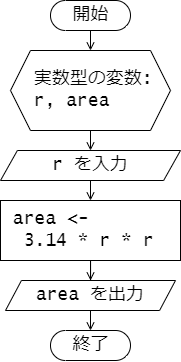
Before: src/assets/flowchart_chap04_circle.png, a diagram exported from draw.io (rikitoro/GE2_programming_workbook). Source tidied: cells renumbered, new cells last; positions are measured from the earlier drawing's top-left corner, leaving out a move shared by most shapes. Source of this version:
```xml
<mxGraphModel>
  <root>
    <mxCell id="0" />
    <mxCell id="1" parent="0" />
    <mxCell id="2" style="edgeStyle=orthogonalEdgeStyle;rounded=0;jettySize=auto;html=1;exitX=0.5;exitY=1;exitDx=0;exitDy=0;entryX=0.5;entryY=0;entryDx=0;entryDy=0;endArrow=open;endFill=0;" parent="1" edge="1" source="3" target="12">
      <mxGeometry relative="1" as="geometry" />
    </mxCell>
    <mxCell id="3" value="&amp;nbsp; 実数型の変数:&lt;br style=&quot;font-size: 18px;&quot;&gt;&amp;nbsp; r, area" style="shape=hexagon;perimeter=hexagonPerimeter2;whiteSpace=wrap;html=1;fixedSize=1;fontSize=18;size=20;fontFamily=Lucida Console;align=left;" parent="1" vertex="1">
      <mxGeometry x="10" y="50" width="160" height="80" as="geometry" />
    </mxCell>
    <mxCell id="4" style="edgeStyle=orthogonalEdgeStyle;rounded=0;jettySize=auto;html=1;exitX=0.5;exitY=1;exitDx=0;exitDy=0;endArrow=open;endFill=0;" parent="1" edge="1" source="5" target="10">
      <mxGeometry relative="1" as="geometry" />
    </mxCell>
    <mxCell id="5" value="&amp;nbsp;area &amp;lt;-&amp;nbsp;&lt;br&gt;&amp;nbsp; 3.14 * r * r" style="html=1;dashed=0;whitespace=wrap;fontSize=18;fontFamily=Lucida Console;align=left;" parent="1" vertex="1">
      <mxGeometry y="200" width="180" height="60" as="geometry" />
    </mxCell>
    <mxCell id="6" value="終了" style="html=1;dashed=0;whitespace=wrap;shape=mxgraph.dfd.start;fontFamily=Lucida Console;fontSize=18;" parent="1" vertex="1">
      <mxGeometry x="50" y="330" width="80" height="30" as="geometry" />
    </mxCell>
    <mxCell id="7" style="edgeStyle=orthogonalEdgeStyle;rounded=0;jettySize=auto;html=1;exitX=0.5;exitY=0.5;exitDx=0;exitDy=15;exitPerimeter=0;entryX=0.5;entryY=0;entryDx=0;entryDy=0;endArrow=open;endFill=0;" parent="1" edge="1" source="8" target="3">
      <mxGeometry relative="1" as="geometry" />
    </mxCell>
    <mxCell id="8" value="開始" style="html=1;dashed=0;whitespace=wrap;shape=mxgraph.dfd.start;fontFamily=Lucida Console;fontSize=18;" parent="1" vertex="1">
      <mxGeometry x="50" width="80" height="30" as="geometry" />
    </mxCell>
    <mxCell id="9" style="edgeStyle=orthogonalEdgeStyle;rounded=0;jettySize=auto;html=1;exitX=0.5;exitY=1;exitDx=0;exitDy=0;entryX=0.5;entryY=0.5;entryDx=0;entryDy=-15;entryPerimeter=0;endArrow=open;endFill=0;" parent="1" edge="1" source="10" target="6">
      <mxGeometry relative="1" as="geometry" />
    </mxCell>
    <mxCell id="10" value="area を出力" style="shape=parallelogram;perimeter=parallelogramPerimeter;whiteSpace=wrap;html=1;dashed=0;fontSize=18;size=0.09375;fontFamily=Lucida Console;" parent="1" vertex="1">
      <mxGeometry x="5" y="280" width="170" height="30" as="geometry" />
    </mxCell>
    <mxCell id="11" style="edgeStyle=orthogonalEdgeStyle;rounded=0;jettySize=auto;html=1;exitX=0.5;exitY=1;exitDx=0;exitDy=0;entryX=0.5;entryY=0;entryDx=0;entryDy=0;endArrow=open;endFill=0;" parent="1" edge="1" source="12" target="5">
      <mxGeometry relative="1" as="geometry" />
    </mxCell>
    <mxCell id="12" value="r を入力" style="shape=parallelogram;perimeter=parallelogramPerimeter;whiteSpace=wrap;html=1;dashed=0;fontSize=18;size=0.09375;fontFamily=Lucida Console;" parent="1" vertex="1">
      <mxGeometry y="150" width="180" height="30" as="geometry" />
    </mxCell>
  </root>
</mxGraphModel>
```
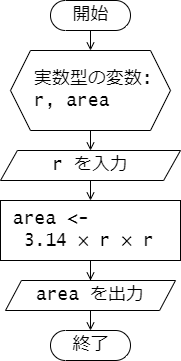
The same file after the commit.

Change to the diagram source:
```diff
@@ -11,7 +11,7 @@
     <mxCell id="4" style="edgeStyle=orthogonalEdgeStyle;rounded=0;jettySize=auto;html=1;exitX=0.5;exitY=1;exitDx=0;exitDy=0;endArrow=open;endFill=0;" parent="1" edge="1" source="5" target="10">
       <mxGeometry relative="1" as="geometry" />
     </mxCell>
-    <mxCell id="5" value="&amp;nbsp;area &amp;lt;-&amp;nbsp;&lt;br&gt;&amp;nbsp; 3.14 * r * r" style="html=1;dashed=0;whitespace=wrap;fontSize=18;fontFamily=Lucida Console;align=left;" parent="1" vertex="1">
+    <mxCell id="5" value="&amp;nbsp;area &amp;lt;-&amp;nbsp;&lt;br&gt;&amp;nbsp; 3.14 × r ×&amp;nbsp;r" style="html=1;dashed=0;whitespace=wrap;fontSize=18;fontFamily=Lucida Console;align=left;" parent="1" vertex="1">
       <mxGeometry y="200" width="180" height="60" as="geometry" />
     </mxCell>
     <mxCell id="6" value="終了" style="html=1;dashed=0;whitespace=wrap;shape=mxgraph.dfd.start;fontFamily=Lucida Console;fontSize=18;" parent="1" vertex="1">
```
